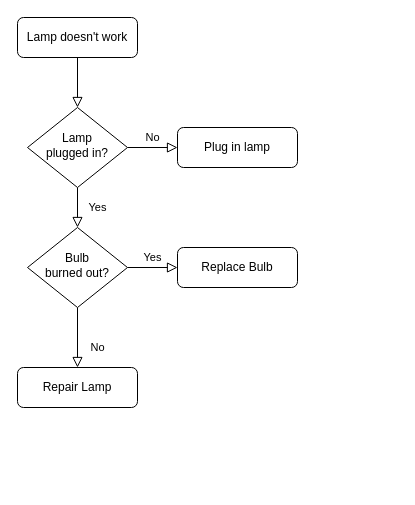
This is assets/Untitled Diagram.drawio from VictorNain26/P7_Lenain_Victor, a draw.io file, before an edit. Source tidied: cells renumbered, new cells numbered last; positions are measured from the earlier drawing's top-left corner, leaving out a move shared by most shapes. Both pictures are drawn from the tidied source at 100%, with x=0, y=0 at pixel (17, 17).
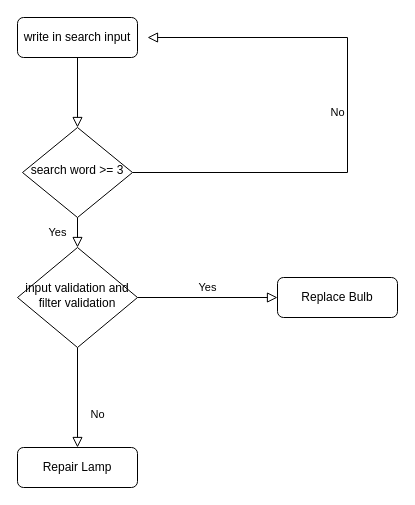
The same page after the edit.

Change to the diagram source:
```diff
@@
 <mxGraphModel>
   <root>
     <mxCell id="0" />
     <mxCell id="1" parent="0" />
     <mxCell id="2" style="rounded=0;html=1;jettySize=auto;fontSize=11;endArrow=block;endFill=0;endSize=8;strokeWidth=1;shadow=0;labelBackgroundColor=none;edgeStyle=orthogonalEdgeStyle;" parent="1" edge="1" source="3" target="6">
       <mxGeometry relative="1" as="geometry" />
     </mxCell>
-    <mxCell id="3" value="Lamp doesn't work" style="rounded=1;whiteSpace=wrap;html=1;fontSize=12;glass=0;strokeWidth=1;shadow=0;" parent="1" vertex="1">
+    <mxCell id="3" value="write in search input" style="rounded=1;whiteSpace=wrap;html=1;fontSize=12;glass=0;strokeWidth=1;shadow=0;" parent="1" vertex="1">
       <mxGeometry width="120" height="40" as="geometry" />
     </mxCell>
     <mxCell id="4" value="Yes" style="rounded=0;html=1;jettySize=auto;fontSize=11;endArrow=block;endFill=0;endSize=8;strokeWidth=1;shadow=0;labelBackgroundColor=none;edgeStyle=orthogonalEdgeStyle;" parent="1" edge="1" source="6" target="10">
       <mxGeometry y="20" relative="1" as="geometry" />
     </mxCell>
-    <mxCell id="5" value="No" style="edgeStyle=orthogonalEdgeStyle;rounded=0;html=1;jettySize=auto;fontSize=11;endArrow=block;endFill=0;endSize=8;strokeWidth=1;shadow=0;labelBackgroundColor=none;" parent="1" edge="1" source="6" target="7">
-      <mxGeometry y="10" relative="1" as="geometry" />
+    <mxCell id="5" value="No" style="edgeStyle=orthogonalEdgeStyle;rounded=0;html=1;jettySize=auto;fontSize=11;endArrow=block;endFill=0;endSize=8;strokeWidth=1;shadow=0;labelBackgroundColor=none;exitX=1;exitY=0.5;exitDx=0;exitDy=0;" parent="1" edge="1" source="6">
+      <mxGeometry y="10" relative="1" as="geometry">
+        <mxPoint x="130" y="20" as="targetPoint" />
+        <Array as="points">
+          <mxPoint x="330" y="155" />
+          <mxPoint x="330" y="20" />
+        </Array>
+      </mxGeometry>
     </mxCell>
-    <mxCell id="6" value="Lamp&lt;br&gt;plugged in?" style="rhombus;whiteSpace=wrap;html=1;shadow=0;fontFamily=Helvetica;fontSize=12;align=center;strokeWidth=1;spacing=6;spacingTop=-4;" parent="1" vertex="1">
-      <mxGeometry x="10" y="90" width="100" height="80" as="geometry" />
+    <mxCell id="6" value="search word &amp;gt;= 3" style="rhombus;whiteSpace=wrap;html=1;shadow=0;fontFamily=Helvetica;fontSize=12;align=center;strokeWidth=1;spacing=6;spacingTop=-4;" parent="1" vertex="1">
+      <mxGeometry x="5" y="110" width="110" height="90" as="geometry" />
     </mxCell>
-    <mxCell id="7" value="Plug in lamp" style="rounded=1;whiteSpace=wrap;html=1;fontSize=12;glass=0;strokeWidth=1;shadow=0;" parent="1" vertex="1">
-      <mxGeometry x="160" y="110" width="120" height="40" as="geometry" />
-    </mxCell>
     <mxCell id="8" value="No" style="rounded=0;html=1;jettySize=auto;fontSize=11;endArrow=block;endFill=0;endSize=8;strokeWidth=1;shadow=0;labelBackgroundColor=none;edgeStyle=orthogonalEdgeStyle;" parent="1" edge="1" source="10" target="11">
       <mxGeometry x="0.33" y="20" relative="1" as="geometry" />
     </mxCell>
     <mxCell id="9" value="Yes" style="edgeStyle=orthogonalEdgeStyle;rounded=0;html=1;jettySize=auto;fontSize=11;endArrow=block;endFill=0;endSize=8;strokeWidth=1;shadow=0;labelBackgroundColor=none;" parent="1" edge="1" source="10" target="12">
       <mxGeometry y="10" relative="1" as="geometry" />
     </mxCell>
-    <mxCell id="10" value="Bulb&lt;br&gt;burned out?" style="rhombus;whiteSpace=wrap;html=1;shadow=0;fontFamily=Helvetica;fontSize=12;align=center;strokeWidth=1;spacing=6;spacingTop=-4;" parent="1" vertex="1">
-      <mxGeometry x="10" y="210" width="100" height="80" as="geometry" />
+    <mxCell id="10" value="input validation and filter validation" style="rhombus;whiteSpace=wrap;html=1;shadow=0;fontFamily=Helvetica;fontSize=12;align=center;strokeWidth=1;spacing=6;spacingTop=-4;" parent="1" vertex="1">
+      <mxGeometry y="230" width="120" height="100" as="geometry" />
     </mxCell>
     <mxCell id="11" value="Repair Lamp" style="rounded=1;whiteSpace=wrap;html=1;fontSize=12;glass=0;strokeWidth=1;shadow=0;" parent="1" vertex="1">
-      <mxGeometry y="350" width="120" height="40" as="geometry" />
+      <mxGeometry y="430" width="120" height="40" as="geometry" />
     </mxCell>
     <mxCell id="12" value="Replace Bulb" style="rounded=1;whiteSpace=wrap;html=1;fontSize=12;glass=0;strokeWidth=1;shadow=0;" parent="1" vertex="1">
-      <mxGeometry x="160" y="230" width="120" height="40" as="geometry" />
+      <mxGeometry x="260" y="260" width="120" height="40" as="geometry" />
     </mxCell>
   </root>
 </mxGraphModel>
```
